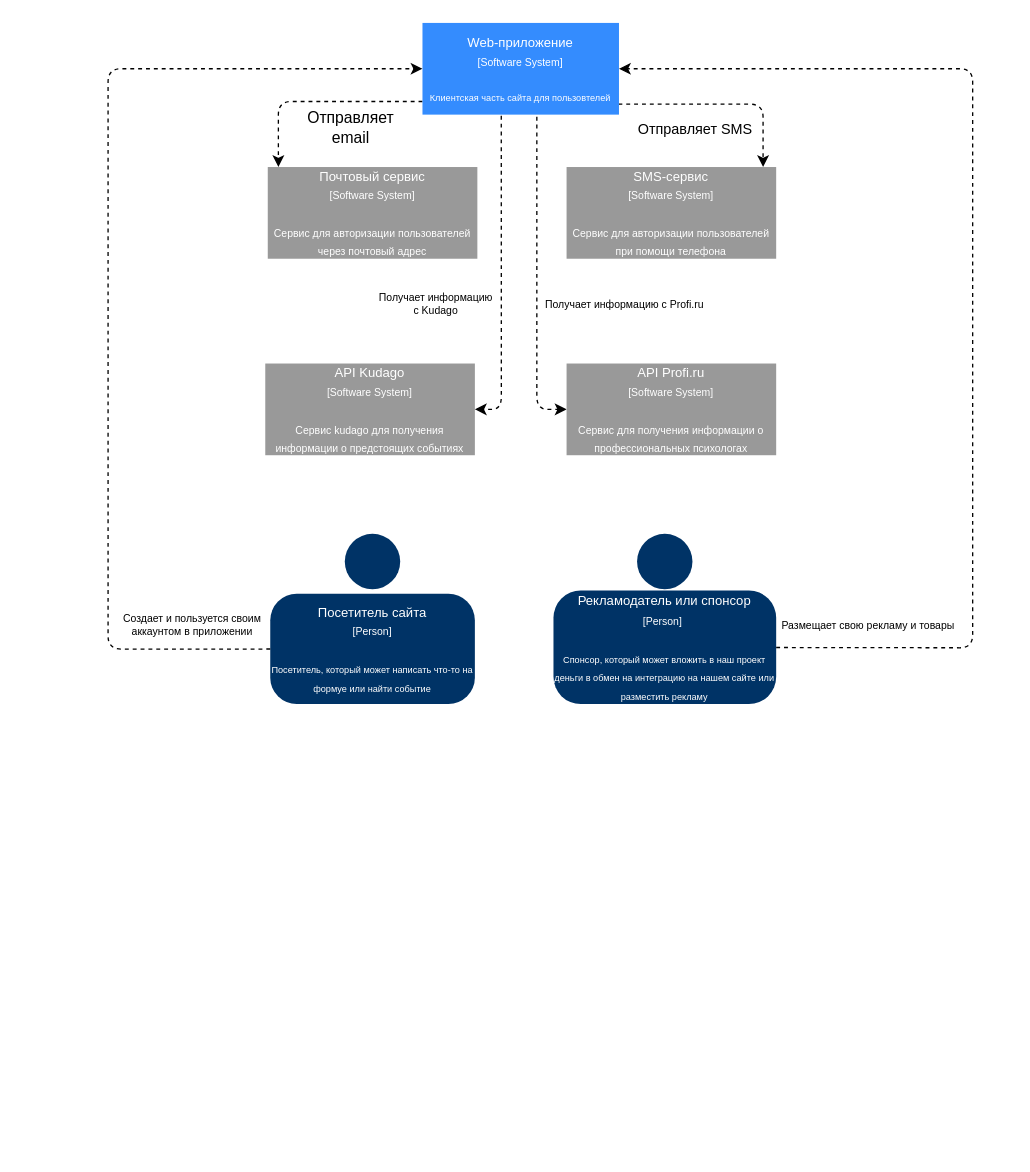
Redegit/ThisTooShallPass keeps this draw.io diagram as page "C4" (1 of 2) of docs/C4/Context - Арясин.drawio. Above is the earlier version. Source tidied: cells renumbered, new cells numbered last; positions are measured from the earlier drawing's top-left corner, leaving out a move shared by most shapes. Both pictures are drawn from the tidied source at 131%, with x=0, y=0 at pixel (106, 22).
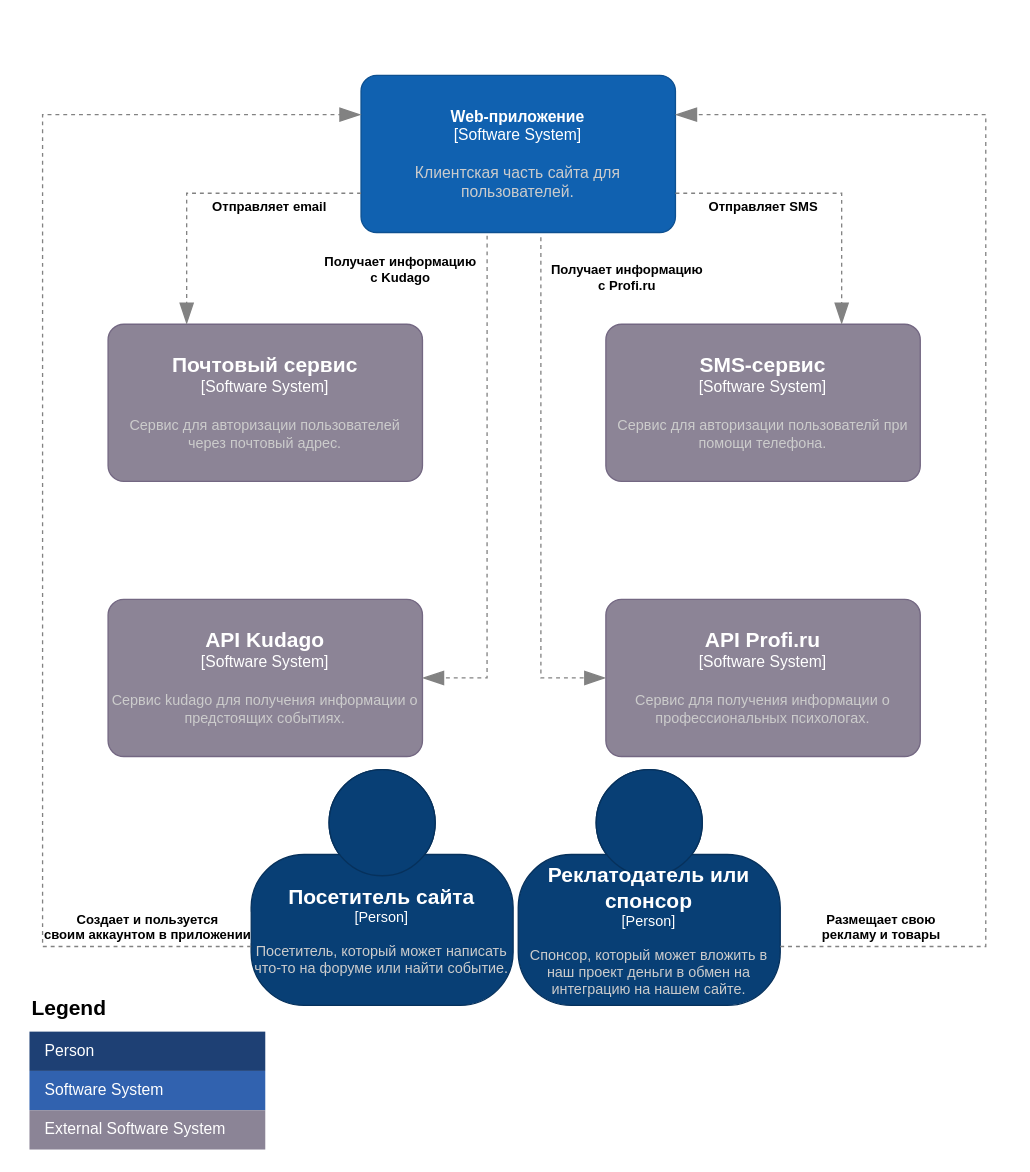
Above is the later version.

What changed in the source:
```diff
@@
-    <mxCell id="2" style="edgeStyle=orthogonalEdgeStyle;html=1;dashed=1;" parent="1" edge="1" target="15">
-      <mxGeometry relative="1" as="geometry">
-        <mxPoint x="241" y="60" as="sourcePoint" />
-        <Array as="points">
-          <mxPoint x="131" y="60" />
-        </Array>
-      </mxGeometry>
-    </mxCell>
-    <mxCell id="3" style="edgeStyle=orthogonalEdgeStyle;html=1;exitX=0.997;exitY=0.886;exitDx=0;exitDy=0;exitPerimeter=0;dashed=1;" parent="1" edge="1" source="6" target="14">
-      <mxGeometry relative="1" as="geometry">
-        <Array as="points">
-          <mxPoint x="501" y="62" />
-        </Array>
-      </mxGeometry>
-    </mxCell>
-    <mxCell id="4" style="edgeStyle=orthogonalEdgeStyle;html=1;entryX=1;entryY=0.5;entryDx=0;entryDy=0;exitX=0.401;exitY=1.013;exitDx=0;exitDy=0;exitPerimeter=0;dashed=1;" parent="1" edge="1" source="6" target="13">
-      <mxGeometry relative="1" as="geometry" />
-    </mxCell>
-    <mxCell id="5" style="edgeStyle=orthogonalEdgeStyle;html=1;entryX=0;entryY=0.5;entryDx=0;entryDy=0;exitX=0.582;exitY=1.023;exitDx=0;exitDy=0;exitPerimeter=0;dashed=1;" parent="1" edge="1" source="6" target="16">
-      <mxGeometry relative="1" as="geometry" />
-    </mxCell>
-    <mxCell id="6" value="&lt;font style=&quot;font-size: 10px;&quot;&gt;Web-приложение&lt;/font&gt;&lt;div&gt;&lt;font style=&quot;font-size: 8px;&quot;&gt;[Software System]&lt;/font&gt;&lt;br&gt;&lt;div style=&quot;font-size: 10px;&quot;&gt;&lt;br&gt;&lt;/div&gt;&lt;div&gt;&lt;span style=&quot;font-size: 7px;&quot;&gt;Клиентская часть сайта для пользовтелей&lt;/span&gt;&lt;/div&gt;&lt;/div&gt;" style="rounded=0;whiteSpace=wrap;html=1;strokeColor=none;fillColor=#348cfe;fontColor=#FFFFFF;" parent="1" vertex="1">
-      <mxGeometry x="241" width="150" height="70" as="geometry" />
-    </mxCell>
-    <mxCell id="7" style="group;" parent="1" vertex="1">
-      <mxGeometry x="124.8" y="390" width="156.2" height="130" as="geometry" />
-    </mxCell>
-    <mxCell id="8" value="&lt;font style=&quot;font-size: 10px;&quot;&gt;Посетитель сайта&lt;br&gt;&lt;span style=&quot;font-size: 8px;&quot;&gt;[Person]&lt;br&gt;&lt;br&gt;&lt;/span&gt;&lt;/font&gt;&lt;div&gt;&lt;div&gt;&lt;font style=&quot;font-size: 7px;&quot;&gt;Посетитель, который может написать что-то на формуе или найти событие&lt;/font&gt;&lt;/div&gt;&lt;/div&gt;" style="rounded=1;whiteSpace=wrap;html=1;strokeColor=none;fillColor=#003366;fontColor=#FFFFFF;arcSize=24;" parent="7" vertex="1">
-      <mxGeometry y="45.8" width="156.2" height="84.2" as="geometry" />
-    </mxCell>
-    <mxCell id="9" style="ellipse;whiteSpace=wrap;html=1;strokeColor=none;fillColor=#003366;" parent="7" vertex="1">
-      <mxGeometry x="56.9" width="42.3" height="42.3" as="geometry" />
-    </mxCell>
-    <mxCell id="10" style="group;" parent="1" vertex="1">
-      <mxGeometry x="341" y="390" width="170" height="130" as="geometry" />
-    </mxCell>
-    <mxCell id="11" value="&lt;font style=&quot;font-size: 10px;&quot;&gt;Рекламодатель или спонсор&lt;br&gt;&lt;span style=&quot;font-size: 8px;&quot;&gt;[Person]&lt;/span&gt;&amp;nbsp;&lt;/font&gt;&lt;div&gt;&lt;div&gt;&lt;font style=&quot;font-size: 10px;&quot;&gt;&lt;br&gt;&lt;/font&gt;&lt;/div&gt;&lt;div&gt;&lt;font style=&quot;font-size: 7px;&quot;&gt;Спонсор, который может вложить в наш проект деньги в обмен на интеграцию на нашем сайте или разместить рекламу&lt;/font&gt;&lt;/div&gt;&lt;/div&gt;" style="rounded=1;whiteSpace=wrap;html=1;strokeColor=none;fillColor=#003366;fontColor=#FFFFFF;arcSize=24;" parent="10" vertex="1">
-      <mxGeometry y="43.3" width="170" height="86.7" as="geometry" />
-    </mxCell>
-    <mxCell id="12" style="ellipse;whiteSpace=wrap;html=1;strokeColor=none;fillColor=#003366;" parent="10" vertex="1">
-      <mxGeometry x="63.8" width="42.3" height="42.3" as="geometry" />
-    </mxCell>
-    <mxCell id="13" value="&lt;font style=&quot;font-size: 10px;&quot;&gt;API Kudago&lt;br&gt;&lt;span style=&quot;font-size: 8px;&quot;&gt;[Software System]&lt;/span&gt;&lt;br&gt;&lt;/font&gt;&lt;div&gt;&lt;font style=&quot;font-size: 12px;&quot;&gt;&lt;br&gt;&lt;/font&gt;&lt;/div&gt;&lt;div&gt;&lt;font style=&quot;font-size: 8px;&quot;&gt;Сервис kudago для получения информации о предстоящих событиях&lt;/font&gt;&lt;/div&gt;" style="rounded=0;whiteSpace=wrap;html=1;strokeColor=none;fillColor=#999999;fontColor=#FFFFFF;" parent="1" vertex="1">
-      <mxGeometry x="121" y="260" width="160" height="70" as="geometry" />
-    </mxCell>
-    <mxCell id="14" value="&lt;font style=&quot;font-size: 10px;&quot;&gt;SMS-сервис&lt;/font&gt;&lt;div&gt;&lt;font style=&quot;font-size: 12px;&quot;&gt;&lt;span style=&quot;font-size: 8px;&quot;&gt;[Software System]&lt;/span&gt;&lt;br&gt;&lt;/font&gt;&lt;/div&gt;&lt;div&gt;&lt;font style=&quot;font-size: 12px;&quot;&gt;&lt;br&gt;&lt;/font&gt;&lt;/div&gt;&lt;div&gt;&lt;font style=&quot;font-size: 8px;&quot;&gt;Сервис для авторизации пользователей при помощи телефона&lt;/font&gt;&lt;/div&gt;" style="rounded=0;whiteSpace=wrap;html=1;strokeColor=none;fillColor=#999999;fontColor=#FFFFFF;" parent="1" vertex="1">
-      <mxGeometry x="351" y="110" width="160" height="70" as="geometry" />
-    </mxCell>
-    <mxCell id="15" value="&lt;font style=&quot;font-size: 10px;&quot;&gt;Почтовый сервис&lt;br&gt;&lt;span style=&quot;font-size: 8px;&quot;&gt;[Software System]&lt;/span&gt;&lt;br&gt;&lt;/font&gt;&lt;div&gt;&lt;font style=&quot;font-size: 12px;&quot;&gt;&lt;br&gt;&lt;/font&gt;&lt;/div&gt;&lt;div&gt;&lt;font style=&quot;font-size: 8px;&quot;&gt;Сервис для авторизации пользователей через почтовый адрес&lt;/font&gt;&lt;/div&gt;" style="rounded=0;whiteSpace=wrap;html=1;strokeColor=none;fillColor=#999999;fontColor=#FFFFFF;" parent="1" vertex="1">
-      <mxGeometry x="122.9" y="110" width="160" height="70" as="geometry" />
-    </mxCell>
-    <mxCell id="16" value="&lt;font style=&quot;font-size: 10px;&quot;&gt;API Profi.ru&lt;br&gt;&lt;span style=&quot;font-size: 8px;&quot;&gt;[Software System]&lt;/span&gt;&lt;br&gt;&lt;/font&gt;&lt;div&gt;&lt;font style=&quot;font-size: 12px;&quot;&gt;&lt;br&gt;&lt;/font&gt;&lt;/div&gt;&lt;div&gt;&lt;font style=&quot;font-size: 8px;&quot;&gt;Сервис для получения информации о профессиональных психологах&lt;/font&gt;&lt;/div&gt;" style="rounded=0;whiteSpace=wrap;html=1;strokeColor=none;fillColor=#999999;fontColor=#FFFFFF;" parent="1" vertex="1">
-      <mxGeometry x="351" y="260" width="160" height="70" as="geometry" />
-    </mxCell>
-    <mxCell id="17" style="edgeStyle=none;html=1;dashed=1;" parent="1" edge="1" source="11" target="6">
-      <mxGeometry relative="1" as="geometry">
-        <Array as="points">
-          <mxPoint x="661" y="477" />
-          <mxPoint x="661" y="300" />
-          <mxPoint x="661" y="35" />
-        </Array>
-      </mxGeometry>
-    </mxCell>
+    <object id="25" label="&lt;font style=&quot;font-size: 16px&quot;&gt;&lt;b&gt;%c4Name%&lt;/b&gt;&lt;/font&gt;&lt;div&gt;[%c4Type%]&lt;/div&gt;&lt;br&gt;&lt;div&gt;&lt;font style=&quot;font-size: 11px&quot;&gt;&lt;font color=&quot;#cccccc&quot;&gt;%c4Description%&lt;/font&gt;&lt;/div&gt;" c4Description="Посетитель, который может написать что-то на форуме или найти событие." c4Name="Посетитель сайта" c4Type="Person" placeholders="1">
+      <mxCell style="html=1;fontSize=11;dashed=0;whiteSpace=wrap;fillColor=#083F75;strokeColor=#06315C;fontColor=#ffffff;shape=mxgraph.c4.person2;align=center;points=[[0.5,0,0],[1,0.5,0],[1,0.75,0],[0.75,1,0],[0.5,1,0],[0.25,1,0],[0,0.75,0],[0,0.5,0]];" parent="1" vertex="1">
+        <mxGeometry x="110.2" y="570" width="200" height="180" as="geometry" />
+      </mxCell>
+    </object>
+    <object id="26" label="&lt;font style=&quot;font-size: 16px&quot;&gt;&lt;b&gt;%c4Name%&lt;/b&gt;&lt;/font&gt;&lt;div&gt;[%c4Type%]&lt;/div&gt;&lt;br&gt;&lt;div&gt;&lt;font style=&quot;font-size: 11px&quot;&gt;&lt;font color=&quot;#cccccc&quot;&gt;%c4Description%&lt;/font&gt;&lt;/div&gt;" c4Description="Спонсор, который может вложить в наш проект деньги в обмен на интеграцию на нашем сайте." c4Name="Реклатодатель или спонсор" c4Type="Person" placeholders="1">
+      <mxCell style="html=1;fontSize=11;dashed=0;whiteSpace=wrap;fillColor=#083F75;strokeColor=#06315C;fontColor=#ffffff;shape=mxgraph.c4.person2;align=center;points=[[0.5,0,0],[1,0.5,0],[1,0.75,0],[0.75,1,0],[0.5,1,0],[0.25,1,0],[0,0.75,0],[0,0.5,0]];" parent="1" vertex="1">
+        <mxGeometry x="314.1" y="570" width="200" height="180" as="geometry" />
+      </mxCell>
+    </object>
+    <object id="27" label="&lt;font style=&quot;font-size: 12px;&quot;&gt;&lt;b style=&quot;font-size: 12px;&quot;&gt;%c4Name%&lt;/b&gt;&lt;/font&gt;&lt;div style=&quot;font-size: 12px;&quot;&gt;[%c4Type%]&lt;/div&gt;&lt;br style=&quot;font-size: 12px;&quot;&gt;&lt;div style=&quot;font-size: 12px;&quot;&gt;&lt;font style=&quot;font-size: 12px;&quot;&gt;&lt;font color=&quot;#cccccc&quot; style=&quot;font-size: 12px;&quot;&gt;%c4Description%&lt;/font&gt;&lt;/font&gt;&lt;/div&gt;" c4Description="Клиентская часть сайта для пользователей." c4Name="Web-приложение" c4Type="Software System" placeholders="1">
+      <mxCell style="rounded=1;whiteSpace=wrap;html=1;labelBackgroundColor=none;fillColor=#1061B0;fontColor=#ffffff;align=center;arcSize=10;strokeColor=#0D5091;points=[[0.25,0,0],[0.5,0,0],[0.75,0,0],[1,0.25,0],[1,0.5,0],[1,0.75,0],[0.75,1,0],[0.5,1,0],[0.25,1,0],[0,0.75,0],[0,0.5,0],[0,0.25,0]];gradientColor=none;fontSize=12;" parent="1" vertex="1">
+        <mxGeometry x="194.1" y="40" width="240" height="120" as="geometry" />
+      </mxCell>
+    </object>
+    <object id="28" label="&lt;font style=&quot;font-size: 16px&quot;&gt;&lt;b&gt;%c4Name%&lt;/b&gt;&lt;/font&gt;&lt;div&gt;[%c4Type%]&lt;/div&gt;&lt;br&gt;&lt;div&gt;&lt;font style=&quot;font-size: 11px&quot;&gt;&lt;font color=&quot;#cccccc&quot;&gt;%c4Description%&lt;/font&gt;&lt;/div&gt;" c4Description="Сервис для авторизации пользователей через почтовый адрес." c4Name="Почтовый сервис" c4Type="Software System" placeholders="1">
+      <mxCell style="rounded=1;whiteSpace=wrap;html=1;labelBackgroundColor=none;fillColor=#8C8496;fontColor=#ffffff;align=center;arcSize=10;strokeColor=#736782;points=[[0.25,0,0],[0.5,0,0],[0.75,0,0],[1,0.25,0],[1,0.5,0],[1,0.75,0],[0.75,1,0],[0.5,1,0],[0.25,1,0],[0,0.75,0],[0,0.5,0],[0,0.25,0]];fontSize=12;" parent="1" vertex="1">
+        <mxGeometry x="1" y="230" width="240" height="120" as="geometry" />
+      </mxCell>
+    </object>
+    <object id="29" label="&lt;font style=&quot;font-size: 16px&quot;&gt;&lt;b&gt;%c4Name%&lt;/b&gt;&lt;/font&gt;&lt;div&gt;[%c4Type%]&lt;/div&gt;&lt;br&gt;&lt;div&gt;&lt;font style=&quot;font-size: 11px&quot;&gt;&lt;font color=&quot;#cccccc&quot;&gt;%c4Description%&lt;/font&gt;&lt;/div&gt;" c4Description="Сервис для авторизации пользователй при помощи телефона." c4Name="SMS-сервис" c4Type="Software System" placeholders="1">
+      <mxCell style="rounded=1;whiteSpace=wrap;html=1;labelBackgroundColor=none;fillColor=#8C8496;fontColor=#ffffff;align=center;arcSize=10;strokeColor=#736782;points=[[0.25,0,0],[0.5,0,0],[0.75,0,0],[1,0.25,0],[1,0.5,0],[1,0.75,0],[0.75,1,0],[0.5,1,0],[0.25,1,0],[0,0.75,0],[0,0.5,0],[0,0.25,0]];fontSize=12;" parent="1" vertex="1">
+        <mxGeometry x="381" y="230" width="240" height="120" as="geometry" />
+      </mxCell>
+    </object>
+    <object id="30" label="&lt;font style=&quot;font-size: 16px&quot;&gt;&lt;b&gt;%c4Name%&lt;/b&gt;&lt;/font&gt;&lt;div&gt;[%c4Type%]&lt;/div&gt;&lt;br&gt;&lt;div&gt;&lt;font style=&quot;font-size: 11px&quot;&gt;&lt;font color=&quot;#cccccc&quot;&gt;%c4Description%&lt;/font&gt;&lt;/div&gt;" c4Description="Сервис kudago для получения информации о предстоящих событиях." c4Name="API Kudago" c4Type="Software System" placeholders="1">
+      <mxCell style="rounded=1;whiteSpace=wrap;html=1;labelBackgroundColor=none;fillColor=#8C8496;fontColor=#ffffff;align=center;arcSize=10;strokeColor=#736782;points=[[0.25,0,0],[0.5,0,0],[0.75,0,0],[1,0.25,0],[1,0.5,0],[1,0.75,0],[0.75,1,0],[0.5,1,0],[0.25,1,0],[0,0.75,0],[0,0.5,0],[0,0.25,0]];fontSize=12;" parent="1" vertex="1">
+        <mxGeometry x="1" y="440" width="240" height="120" as="geometry" />
+      </mxCell>
+    </object>
+    <object id="31" label="&lt;font style=&quot;font-size: 16px&quot;&gt;&lt;b&gt;%c4Name%&lt;/b&gt;&lt;/font&gt;&lt;div&gt;[%c4Type%]&lt;/div&gt;&lt;br&gt;&lt;div&gt;&lt;font style=&quot;font-size: 11px&quot;&gt;&lt;font color=&quot;#cccccc&quot;&gt;%c4Description%&lt;/font&gt;&lt;/div&gt;" c4Description="Сервис для получения информации о профессиональных психологах." c4Name="API Profi.ru" c4Type="Software System" placeholders="1">
+      <mxCell style="rounded=1;whiteSpace=wrap;html=1;labelBackgroundColor=none;fillColor=#8C8496;fontColor=#ffffff;align=center;arcSize=10;strokeColor=#736782;points=[[0.25,0,0],[0.5,0,0],[0.75,0,0],[1,0.25,0],[1,0.5,0],[1,0.75,0],[0.75,1,0],[0.5,1,0],[0.25,1,0],[0,0.75,0],[0,0.5,0],[0,0.25,0]];fontSize=12;" parent="1" vertex="1">
+        <mxGeometry x="381" y="440" width="240" height="120" as="geometry" />
+      </mxCell>
+    </object>
+    <object id="20" label="&lt;div style=&quot;text-align: left&quot;&gt;&lt;div style=&quot;text-align: center&quot;&gt;&lt;b&gt;%c4Description%&lt;/b&gt;&lt;/div&gt;&lt;/div&gt;" c4Description="Отправляет email" placeholders="1">
+      <mxCell style="endArrow=blockThin;html=1;fontSize=10;fontColor=default;strokeWidth=1;endFill=1;strokeColor=#828282;elbow=vertical;endSize=14;startSize=14;jumpStyle=arc;jumpSize=16;rounded=0;edgeStyle=orthogonalEdgeStyle;dashed=1;exitX=0;exitY=0.75;exitDx=0;exitDy=0;exitPerimeter=0;entryX=0.25;entryY=0;entryDx=0;entryDy=0;entryPerimeter=0;" parent="1" edge="1" source="27" target="28">
+        <mxGeometry x="-0.4" y="10" relative="1" as="geometry" />
+      </mxCell>
+    </object>
-    <mxCell id="18" value="Отправляет SMS" style="edgeLabel;html=1;align=center;verticalAlign=middle;" parent="17" vertex="1">
-      <mxGeometry x="0.83" y="3" relative="1" as="geometry">
-        <mxPoint x="-16" y="42" as="offset" />
-      </mxGeometry>
-    </mxCell>
+    <object id="18" label="&lt;div style=&quot;text-align: left&quot;&gt;&lt;div style=&quot;text-align: center&quot;&gt;&lt;b&gt;%c4Description%&lt;/b&gt;&lt;/div&gt;&lt;/div&gt;" c4Description="Отправляет SMS" placeholders="1">
+      <mxCell style="endArrow=blockThin;html=1;fontSize=10;fontColor=default;strokeWidth=1;endFill=1;strokeColor=#828282;elbow=vertical;endSize=14;startSize=14;jumpStyle=arc;jumpSize=16;rounded=0;edgeStyle=orthogonalEdgeStyle;dashed=1;exitX=1;exitY=0.75;exitDx=0;exitDy=0;exitPerimeter=0;entryX=0.75;entryY=0;entryDx=0;entryDy=0;entryPerimeter=0;" parent="1" edge="1" source="27" target="29">
+        <mxGeometry x="-0.41" y="-10" relative="1" as="geometry" />
+      </mxCell>
+    </object>
-    <mxCell id="19" style="edgeStyle=none;html=1;entryX=0;entryY=0.5;entryDx=0;entryDy=0;dashed=1;" parent="1" edge="1" source="8" target="6">
-      <mxGeometry relative="1" as="geometry">
-        <Array as="points">
-          <mxPoint x="1" y="478" />
-          <mxPoint x="1" y="35" />
-        </Array>
-      </mxGeometry>
-    </mxCell>
-    <mxCell id="20" value="Отправляет&lt;br&gt;email" style="text;html=1;align=center;verticalAlign=middle;strokeColor=none;fillColor=none;" parent="1" vertex="1">
-      <mxGeometry x="141" y="60" width="90" height="40" as="geometry" />
-    </mxCell>
+    <object id="22" label="&lt;div style=&quot;text-align: left&quot;&gt;&lt;div style=&quot;text-align: center&quot;&gt;&lt;b&gt;%c4Description%&lt;/b&gt;&lt;/div&gt;&lt;/div&gt;" c4Description="Получает информацию&#10;с Profi.ru" placeholders="1">
+      <mxCell style="endArrow=blockThin;html=1;fontSize=10;fontColor=default;strokeWidth=1;endFill=1;strokeColor=#828282;elbow=vertical;endSize=14;startSize=14;jumpStyle=arc;jumpSize=16;rounded=0;edgeStyle=orthogonalEdgeStyle;dashed=1;exitX=0.572;exitY=1.03;exitDx=0;exitDy=0;exitPerimeter=0;entryX=0;entryY=0.5;entryDx=0;entryDy=0;entryPerimeter=0;" parent="1" edge="1" source="27" target="31">
+        <mxGeometry x="-0.84" y="66" relative="1" as="geometry">
+          <mxPoint y="-1" as="offset" />
+        </mxGeometry>
+      </mxCell>
+    </object>
-    <mxCell id="21" value="Получает информацию&lt;br style=&quot;font-size: 8px;&quot;&gt;с Kudago" style="text;html=1;align=center;verticalAlign=middle;strokeColor=none;fillColor=none;fontSize=8;" parent="1" vertex="1">
-      <mxGeometry x="196" y="200" width="110" height="30" as="geometry" />
-    </mxCell>
+    <object id="21" label="&lt;div style=&quot;text-align: left&quot;&gt;&lt;div style=&quot;text-align: center&quot;&gt;&lt;b&gt;%c4Description%&lt;/b&gt;&lt;/div&gt;&lt;/div&gt;" c4Description="Получает информацию&#10;с Kudago" placeholders="1">
+      <mxCell style="endArrow=blockThin;html=1;fontSize=10;fontColor=default;strokeWidth=1;endFill=1;strokeColor=#828282;elbow=vertical;endSize=14;startSize=14;jumpStyle=arc;jumpSize=16;rounded=0;edgeStyle=orthogonalEdgeStyle;dashed=1;exitX=0.401;exitY=1.02;exitDx=0;exitDy=0;exitPerimeter=0;entryX=1;entryY=0.5;entryDx=0;entryDy=0;entryPerimeter=0;" parent="1" edge="1" source="27" target="30">
+        <mxGeometry x="-0.86" y="-66" relative="1" as="geometry">
+          <mxPoint y="-1" as="offset" />
+        </mxGeometry>
+      </mxCell>
+    </object>
-    <mxCell id="22" value="Получает информацию с Profi.ru" style="text;html=1;align=center;verticalAlign=middle;strokeColor=none;fillColor=none;fontSize=8;" parent="1" vertex="1">
-      <mxGeometry x="325" y="205" width="140" height="20" as="geometry" />
-    </mxCell>
+    <object id="24" label="&lt;div style=&quot;text-align: left&quot;&gt;&lt;div style=&quot;text-align: center&quot;&gt;&lt;b&gt;%c4Description%&lt;/b&gt;&lt;/div&gt;&lt;/div&gt;" c4Description="Размещает свою&#10;рекламу и товары" placeholders="1">
+      <mxCell style="endArrow=blockThin;html=1;fontSize=10;fontColor=default;strokeWidth=1;endFill=1;strokeColor=#828282;elbow=vertical;endSize=14;startSize=14;jumpStyle=arc;jumpSize=16;rounded=0;edgeStyle=orthogonalEdgeStyle;dashed=1;exitX=1;exitY=0.75;exitDx=0;exitDy=0;exitPerimeter=0;entryX=1;entryY=0.25;entryDx=0;entryDy=0;entryPerimeter=0;" parent="1" edge="1" source="26" target="27">
+        <mxGeometry x="-0.85" y="15" relative="1" as="geometry">
+          <Array as="points">
+            <mxPoint x="671" y="705" />
+            <mxPoint x="671" y="70" />
+          </Array>
+        </mxGeometry>
+      </mxCell>
+    </object>
-    <mxCell id="23" value="Создает и пользуется своим &lt;br&gt;аккаунтом в приложении" style="text;html=1;align=center;verticalAlign=middle;strokeColor=none;fillColor=none;fontSize=8;" parent="1" vertex="1">
-      <mxGeometry x="-0.2" y="445" width="130" height="30" as="geometry" />
-    </mxCell>
+    <object id="23" label="&lt;div style=&quot;text-align: left&quot;&gt;&lt;div style=&quot;text-align: center&quot;&gt;&lt;b&gt;%c4Description%&lt;/b&gt;&lt;/div&gt;&lt;/div&gt;" c4Description="Создает и пользуется&#10;своим аккаунтом в приложении" placeholders="1">
+      <mxCell style="endArrow=blockThin;html=1;fontSize=10;fontColor=default;strokeWidth=1;endFill=1;strokeColor=#828282;elbow=vertical;endSize=14;startSize=14;jumpStyle=arc;jumpSize=16;rounded=0;edgeStyle=orthogonalEdgeStyle;dashed=1;exitX=0;exitY=0.75;exitDx=0;exitDy=0;exitPerimeter=0;entryX=0;entryY=0.25;entryDx=0;entryDy=0;entryPerimeter=0;" parent="1" edge="1" source="25" target="27">
+        <mxGeometry x="-0.85" y="-15" relative="1" as="geometry">
+          <Array as="points">
+            <mxPoint x="-49" y="705" />
+            <mxPoint x="-49" y="70" />
+          </Array>
+          <mxPoint x="-1" as="offset" />
+        </mxGeometry>
+      </mxCell>
+    </object>
-    <mxCell id="24" value="Размещает свою рекламу и товары" style="text;html=1;align=center;verticalAlign=middle;strokeColor=none;fillColor=none;fontSize=8;" parent="1" vertex="1">
-      <mxGeometry x="501" y="450" width="160" height="20" as="geometry" />
-    </mxCell>
+    <mxCell id="32" value="Legend" style="align=left;fontSize=16;fontStyle=1;strokeColor=none;fillColor=none;fontColor=default;spacingTop=-8;" parent="1" vertex="1">
+      <mxGeometry x="-59" y="740" width="180" height="30" as="geometry" />
+    </mxCell>
+    <mxCell id="33" style="shape=table;html=1;whiteSpace=wrap;startSize=0;childLayout=tableLayout;fillColor=none;align=left;spacingLeft=10;strokeColor=none;rounded=1;arcSize=11;fontColor=#FFFFFF;fontSize=12;" parent="1" vertex="1">
+      <mxGeometry x="-59" y="770" width="180" height="90" as="geometry" />
+    </mxCell>
+    <mxCell id="34" value="Person" style="shape=partialRectangle;html=1;whiteSpace=wrap;fillColor=#1E4074;top=0;left=0;bottom=0;right=0;overflow=hidden;align=left;spacingLeft=10;strokeColor=none;fontColor=#FFFFFF;fontSize=12;" parent="33" vertex="1">
+      <mxGeometry width="180" height="30" as="geometry" />
+    </mxCell>
+    <mxCell id="35" value="Software System" style="shape=partialRectangle;html=1;whiteSpace=wrap;fillColor=#3162AF;top=0;left=0;bottom=0;right=0;overflow=hidden;align=left;spacingLeft=10;fontColor=#FFFFFF;fontSize=12;" parent="33" vertex="1">
+      <mxGeometry y="30" width="180" height="30" as="geometry" />
+    </mxCell>
+    <mxCell id="36" value="External Software System" style="shape=partialRectangle;html=1;whiteSpace=wrap;fillColor=#8B8496;top=0;left=0;bottom=0;right=0;overflow=hidden;align=left;spacingLeft=10;fontColor=#FFFFFF;fontSize=12;" parent="33" vertex="1">
+      <mxGeometry y="60" width="180" height="30" as="geometry" />
+    </mxCell>
```
